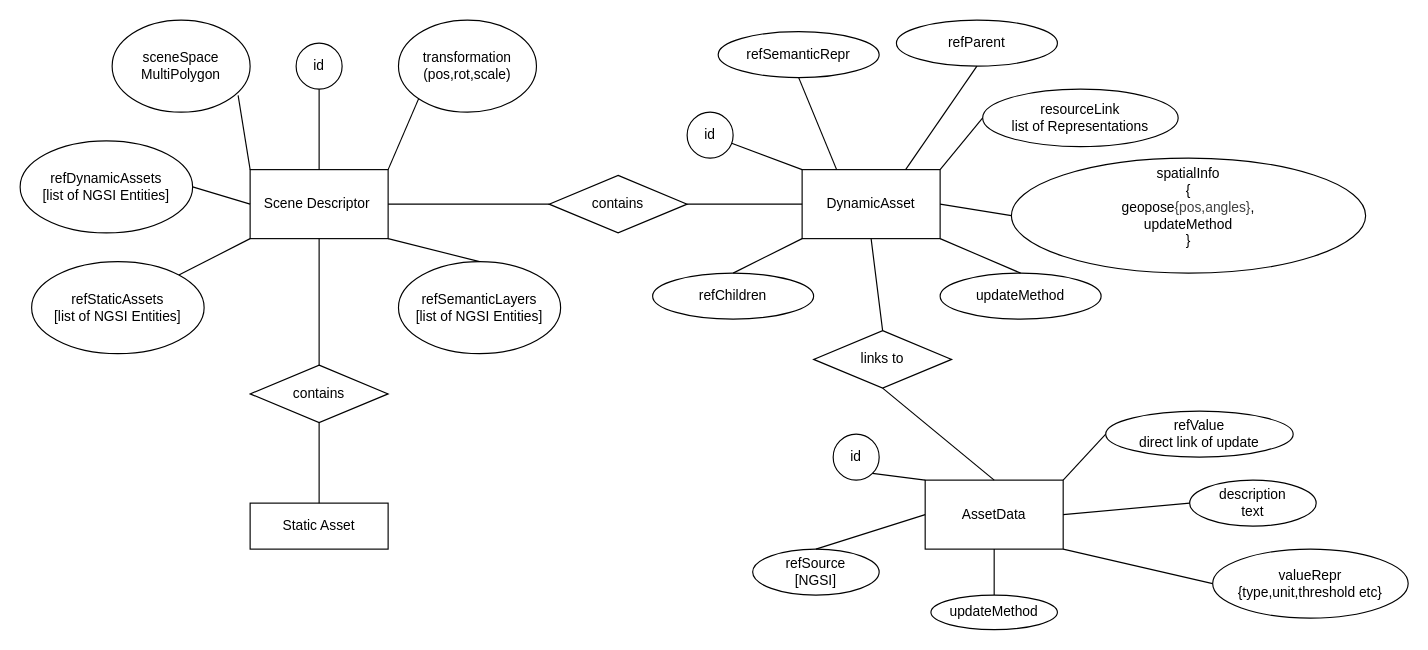
The draw.io diagram docs/scene_descr_v2.drawio in Skorpinakos/NGSI-Scene-Description-Compliant-Viewer, before the edit. Source tidied: cells renumbered, new cells numbered last; positions are measured from the earlier drawing's top-left corner, leaving out a move shared by most shapes. Both pictures are drawn from the tidied source at 115%, with x=0, y=0 at pixel (20, 20).
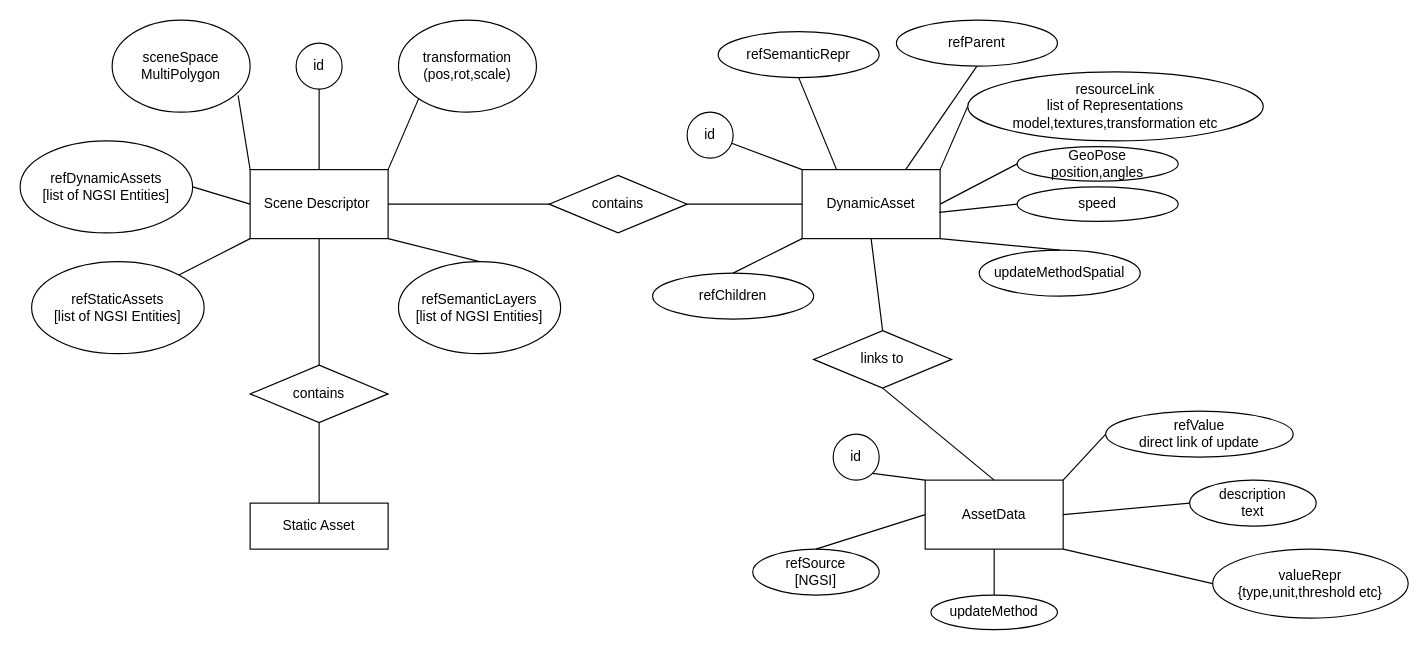
Above is the later version.

Unchanged cells that the change refers to:
```xml
<mxCell id="17" value="DynamicAsset" style="rounded=0;whiteSpace=wrap;html=1;" parent="1" vertex="1">
  <mxGeometry x="680" y="130" width="120" height="60" as="geometry" />
</mxCell>
```

Change to the diagram source:
```diff
@@
-    <mxCell id="21" value="resourceLink&lt;div&gt;list of Representations&lt;/div&gt;" style="ellipse;whiteSpace=wrap;html=1;" parent="1" vertex="1">
-      <mxGeometry x="837" y="60" width="170" height="50" as="geometry" />
+    <mxCell id="21" value="resourceLink&lt;div&gt;list of Representations&lt;br&gt;model,textures,transformation etc&lt;/div&gt;" style="ellipse;whiteSpace=wrap;html=1;" parent="1" vertex="1">
+      <mxGeometry x="824" y="45" width="257" height="60" as="geometry" />
     </mxCell>
@@
-    <mxCell id="23" value="spatialInfo&lt;div&gt;{&lt;/div&gt;&lt;div&gt;geopose&lt;span style=&quot;color: rgb(63, 63, 63); background-color: transparent;&quot;&gt;{pos,angles}&lt;/span&gt;&lt;span style=&quot;background-color: transparent;&quot;&gt;,&lt;/span&gt;&lt;/div&gt;&lt;div&gt;updateMethod&lt;/div&gt;&lt;div&gt;}&lt;/div&gt;&lt;div&gt;&lt;br&gt;&lt;/div&gt;" style="ellipse;whiteSpace=wrap;html=1;" parent="1" vertex="1">
-      <mxGeometry x="862" y="120" width="308" height="100" as="geometry" />
-    </mxCell>
-    <mxCell id="24" style="endArrow=none;html=1;entryX=1;entryY=0.5;entryDx=0;entryDy=0;exitX=0;exitY=0.5;exitDx=0;exitDy=0;" parent="1" edge="1" source="23" target="17">
+    <mxCell id="24" style="endArrow=none;html=1;entryX=1;entryY=0.5;entryDx=0;entryDy=0;exitX=0;exitY=0.5;exitDx=0;exitDy=0;" parent="1" edge="1" source="53" target="17">
       <mxGeometry relative="1" as="geometry" />
     </mxCell>
-    <mxCell id="25" value="updateMethod" style="ellipse;whiteSpace=wrap;html=1;" parent="1" vertex="1">
-      <mxGeometry x="800" y="220" width="140" height="40" as="geometry" />
+    <mxCell id="25" value="updateMethodSpatial" style="ellipse;whiteSpace=wrap;html=1;" parent="1" vertex="1">
+      <mxGeometry x="834" y="200" width="140" height="40" as="geometry" />
     </mxCell>
@@
+    <mxCell id="53" value="GeoPose&lt;br&gt;position,angles" style="ellipse;whiteSpace=wrap;html=1;" parent="1" vertex="1">
+      <mxGeometry x="867" y="110" width="140" height="30" as="geometry" />
+    </mxCell>
+    <mxCell id="54" value="speed" style="ellipse;whiteSpace=wrap;html=1;" parent="1" vertex="1">
+      <mxGeometry x="867" y="145" width="140" height="30" as="geometry" />
+    </mxCell>
+    <mxCell id="55" style="endArrow=none;html=1;exitX=0;exitY=0.5;exitDx=0;exitDy=0;entryX=0.993;entryY=0.62;entryDx=0;entryDy=0;entryPerimeter=0;" parent="1" edge="1" source="54" target="17">
+      <mxGeometry relative="1" as="geometry" />
+    </mxCell>
```
